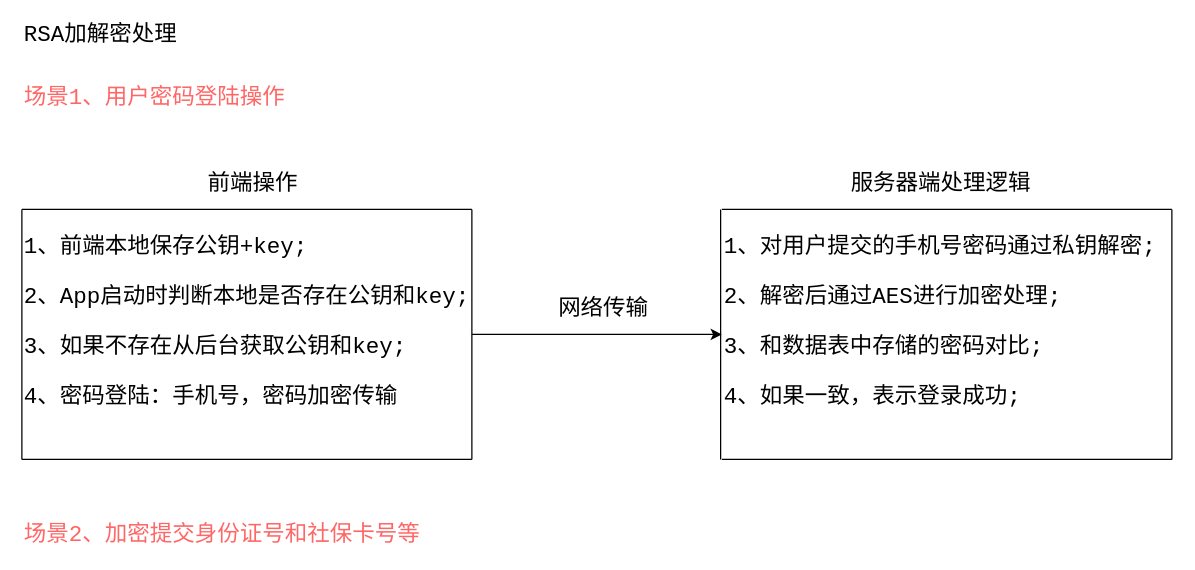
Above: 加解密逻辑处理.drawio in chenrushui/draw (draw.io), before the change. Source tidied: cells renumbered, new cells numbered last; positions are measured from the earlier drawing's top-left corner, leaving out a move shared by most shapes. Both pictures are drawn from the tidied source at 125%, with x=0, y=0 at pixel (21, 22).
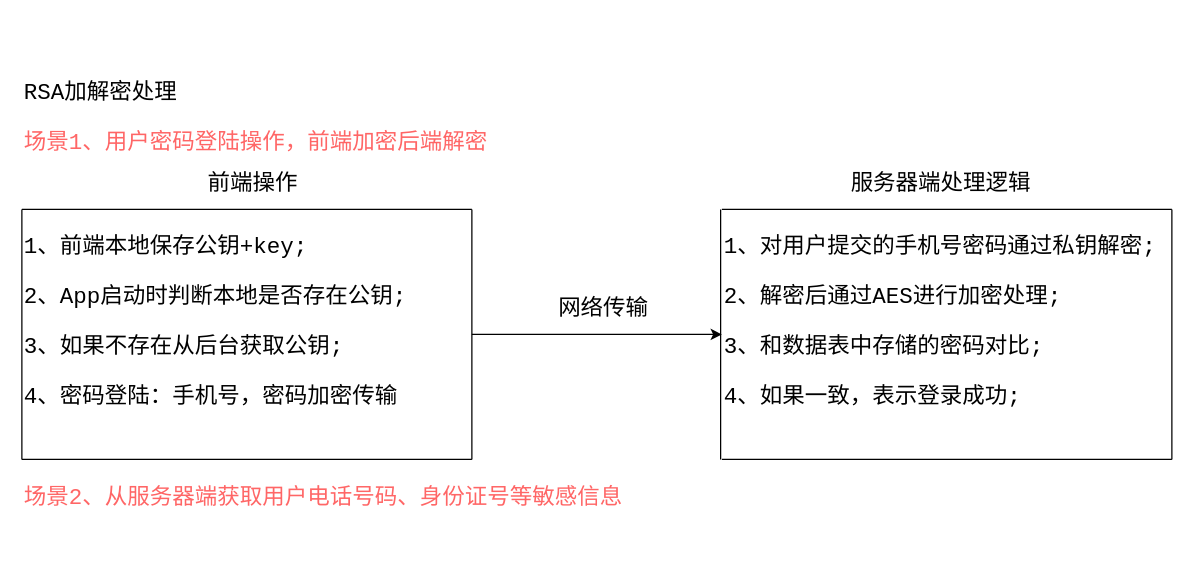
The same page after the edit.

Commit message (it also covers changes not shown here):
更新加解密逻辑处理.drawio

The edit, as a diff of the source:
```diff
@@
-    <mxCell id="6" value="2、App启动时判断本地是否存在公钥和key;" style="text;html=1;strokeColor=none;fillColor=none;align=left;verticalAlign=middle;whiteSpace=wrap;rounded=0;fontFamily=Courier New;fontSize=18;" parent="1" vertex="1">
+    <mxCell id="6" value="2、App启动时判断本地是否存在公钥;" style="text;html=1;strokeColor=none;fillColor=none;align=left;verticalAlign=middle;whiteSpace=wrap;rounded=0;fontFamily=Courier New;fontSize=18;" parent="1" vertex="1">
       <mxGeometry y="209" width="370" height="20" as="geometry" />
     </mxCell>
-    <mxCell id="7" value="3、如果不存在从后台获取公钥和key;" style="text;html=1;strokeColor=none;fillColor=none;align=left;verticalAlign=middle;whiteSpace=wrap;rounded=0;fontFamily=Courier New;fontSize=18;" parent="1" vertex="1">
+    <mxCell id="7" value="3、如果不存在从后台获取公钥;" style="text;html=1;strokeColor=none;fillColor=none;align=left;verticalAlign=middle;whiteSpace=wrap;rounded=0;fontFamily=Courier New;fontSize=18;" parent="1" vertex="1">
       <mxGeometry y="249" width="370" height="20" as="geometry" />
     </mxCell>
@@
     <mxCell id="22" value="RSA加解密处理" style="text;html=1;strokeColor=none;fillColor=none;align=left;verticalAlign=middle;whiteSpace=wrap;rounded=0;fontFamily=Courier New;fontSize=18;" parent="1" vertex="1">
-      <mxGeometry width="170" height="20" as="geometry" />
+      <mxGeometry y="46" width="170" height="20" as="geometry" />
     </mxCell>
-    <mxCell id="23" value="&lt;font color=&quot;#ff6666&quot;&gt;场景1、用户密码登陆操作&lt;/font&gt;" style="text;html=1;strokeColor=none;fillColor=none;align=left;verticalAlign=middle;whiteSpace=wrap;rounded=0;fontFamily=Courier New;fontSize=18;" parent="1" vertex="1">
-      <mxGeometry y="50" width="290" height="20" as="geometry" />
+    <mxCell id="23" value="&lt;font color=&quot;#ff6666&quot;&gt;场景1、用户密码登陆操作，前端加密后端解密&lt;/font&gt;" style="text;html=1;strokeColor=none;fillColor=none;align=left;verticalAlign=middle;whiteSpace=wrap;rounded=0;fontFamily=Courier New;fontSize=18;" parent="1" vertex="1">
+      <mxGeometry y="86" width="400" height="20" as="geometry" />
     </mxCell>
-    <mxCell id="24" value="场景2、加密提交身份证号和社保卡号等" style="text;html=1;strokeColor=none;fillColor=none;align=left;verticalAlign=middle;whiteSpace=wrap;rounded=0;fontFamily=Courier New;fontSize=18;fontColor=#FF6666;" parent="1" vertex="1">
-      <mxGeometry y="400" width="400" height="20" as="geometry" />
+    <mxCell id="24" value="场景2、从服务器端获取用户电话号码、身份证号等敏感信息" style="text;html=1;strokeColor=none;fillColor=none;align=left;verticalAlign=middle;whiteSpace=wrap;rounded=0;fontFamily=Courier New;fontSize=18;fontColor=#FF6666;" parent="1" vertex="1">
+      <mxGeometry y="370" width="510" height="20" as="geometry" />
     </mxCell>
```
